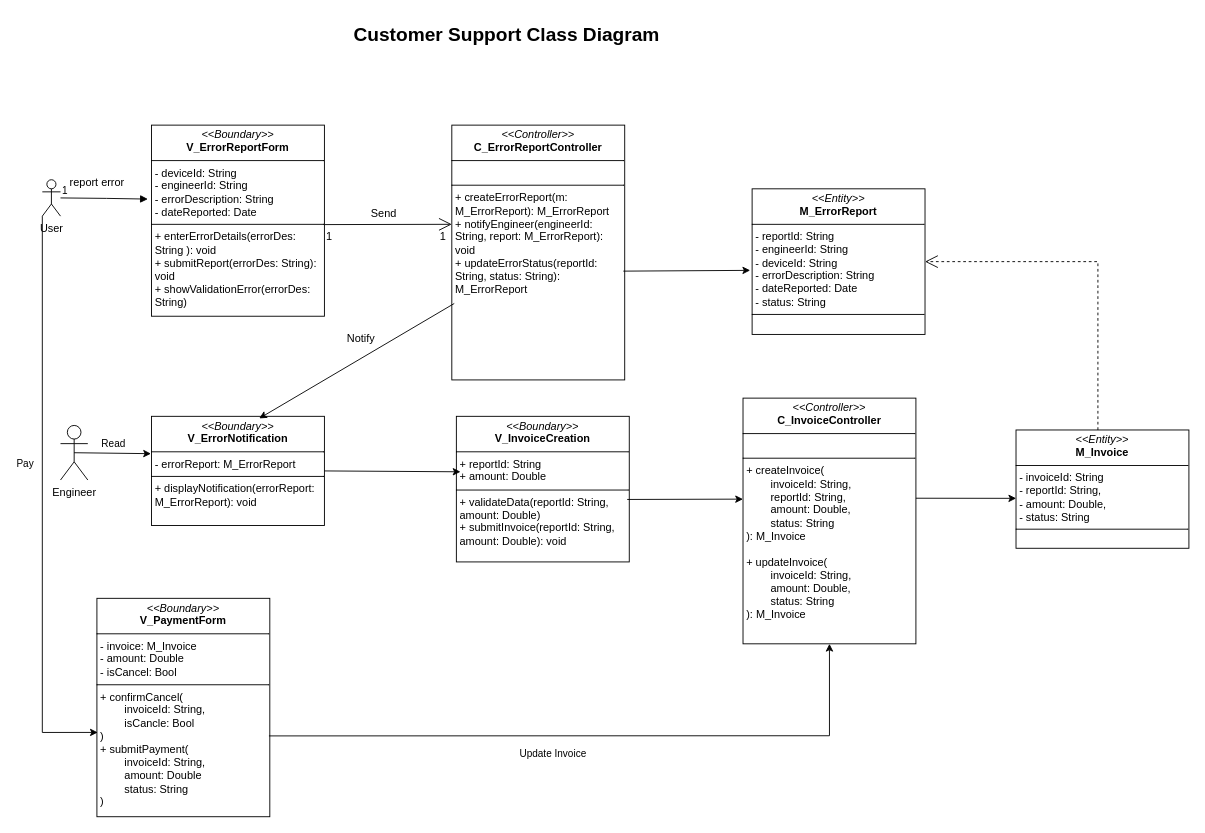
cuongceg/BTL-IT3120 keeps this draw.io diagram as Class diagram/customer_support_class.drawio. Above is the earlier version. Source tidied: cells renumbered, new cells numbered last; positions are measured from the earlier drawing's top-left corner, leaving out a move shared by most shapes. Both pictures are drawn from the tidied source at 91%, with x=0, y=0 at pixel (42, 15).
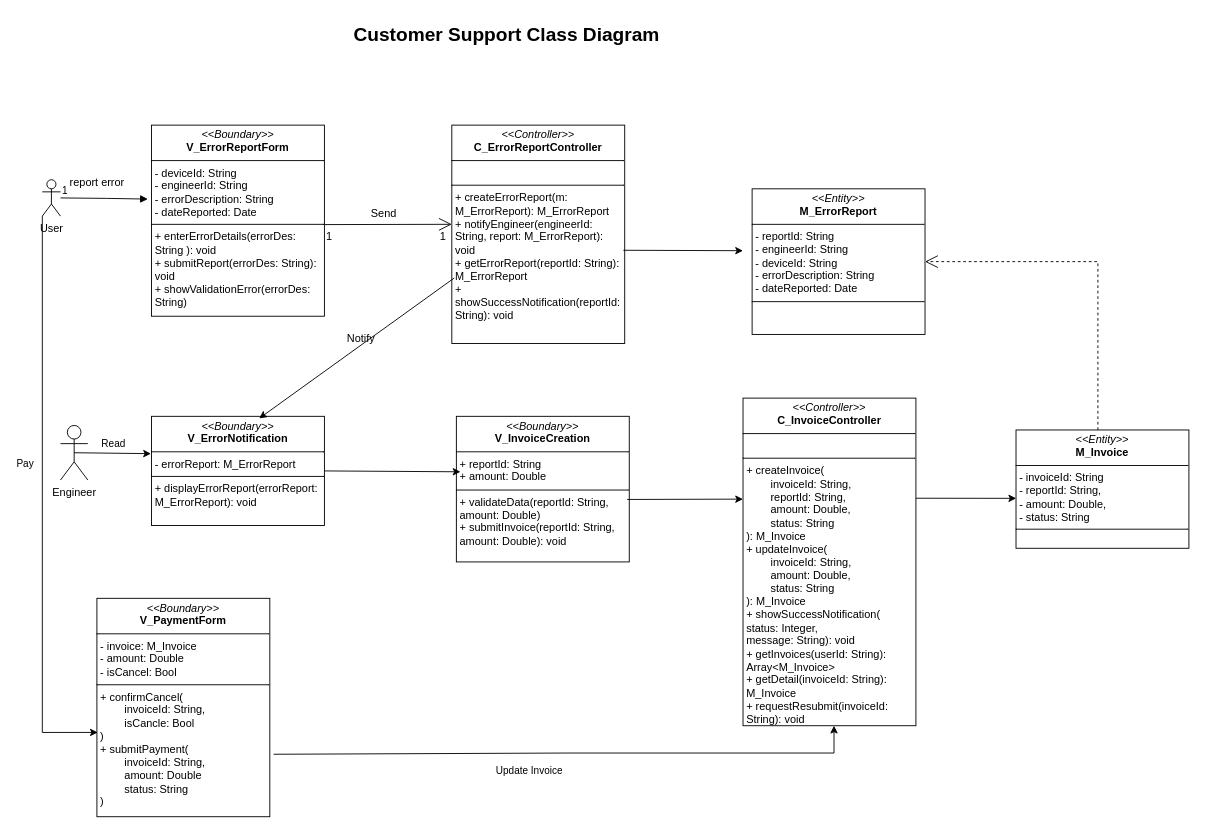
After the change.

Commit message:
fix: update follow sequence diagram

The change refers to these unchanged cells:
```xml
<mxCell id="11" value="&lt;p style=&quot;margin:0px;margin-top:4px;text-align:center;&quot;&gt;&lt;i&gt;&amp;lt;&amp;lt;Boundary&amp;gt;&amp;gt;&lt;/i&gt;&lt;br&gt;&lt;b&gt;V_PaymentForm&lt;/b&gt;&lt;/p&gt;&lt;hr size=&quot;1&quot; style=&quot;border-style:solid;&quot;&gt;&lt;p style=&quot;margin:0px;margin-left:4px;&quot;&gt;- invoice: M_Invoice&lt;br&gt;- amount: Double&lt;/p&gt;&lt;p style=&quot;margin:0px;margin-left:4px;&quot;&gt;- isCancel: Bool&lt;/p&gt;&lt;hr size=&quot;1&quot; style=&quot;border-style:solid;&quot;&gt;&lt;p style=&quot;margin:0px;margin-left:4px;&quot;&gt;+ confirmCancel(&amp;nbsp;&lt;/p&gt;&lt;p style=&quot;margin:0px;margin-left:4px;&quot;&gt;&lt;span style=&quot;white-space: pre;&quot;&gt;&#9;&lt;/span&gt;invoiceId: String,&lt;br&gt;&lt;/p&gt;&lt;p style=&quot;margin:0px;margin-left:4px;&quot;&gt;&lt;span style=&quot;white-space: pre;&quot;&gt;&#9;&lt;/span&gt;isCancle: Bool&lt;br&gt;&lt;/p&gt;&lt;p style=&quot;margin:0px;margin-left:4px;&quot;&gt;)&lt;br&gt;+ submitPayment(&lt;/p&gt;&lt;p style=&quot;margin:0px;margin-left:4px;&quot;&gt;&lt;span style=&quot;white-space: pre;&quot;&gt;&#9;&lt;/span&gt;invoiceId: String,&lt;br&gt;&lt;/p&gt;&lt;p style=&quot;margin:0px;margin-left:4px;&quot;&gt;&lt;span style=&quot;white-space: pre;&quot;&gt;&#9;&lt;/span&gt;amount: Double&lt;br&gt;&lt;/p&gt;&lt;p style=&quot;margin:0px;margin-left:4px;&quot;&gt;&lt;span style=&quot;white-space: pre;&quot;&gt;&#9;&lt;/span&gt;status: String&lt;br&gt;&lt;/p&gt;&lt;p style=&quot;margin:0px;margin-left:4px;&quot;&gt;)&lt;/p&gt;" style="verticalAlign=top;align=left;overflow=fill;html=1;whiteSpace=wrap;" parent="1" vertex="1">
  <mxGeometry x="60" y="640" width="190" height="240" as="geometry" />
</mxCell>
```

The edit, as a diff of the source:
```diff
@@
-    <mxCell id="5" value="&lt;p style=&quot;margin:0px;margin-top:4px;text-align:center;&quot;&gt;&lt;i&gt;&amp;lt;&amp;lt;Controller&amp;gt;&amp;gt;&lt;/i&gt;&lt;br&gt;&lt;b&gt;C_&lt;/b&gt;&lt;span style=&quot;background-color: transparent; color: light-dark(rgb(0, 0, 0), rgb(255, 255, 255)); text-align: left;&quot;&gt;&lt;b&gt;ErrorReportController&lt;/b&gt;&lt;/span&gt;&lt;/p&gt;&lt;hr size=&quot;1&quot; style=&quot;border-style:solid;&quot;&gt;&lt;p style=&quot;margin:0px;margin-left:4px;&quot;&gt;&lt;br&gt;&lt;/p&gt;&lt;hr size=&quot;1&quot; style=&quot;border-style:solid;&quot;&gt;&lt;p style=&quot;margin:0px;margin-left:4px;&quot;&gt;+&amp;nbsp;&lt;span style=&quot;background-color: transparent; color: light-dark(rgb(0, 0, 0), rgb(255, 255, 255));&quot;&gt;createErrorReport(m: M_ErrorReport&lt;/span&gt;&lt;span style=&quot;background-color: transparent; color: light-dark(rgb(0, 0, 0), rgb(255, 255, 255));&quot;&gt;): M_ErrorReport&lt;/span&gt;&lt;/p&gt;&lt;p style=&quot;margin:0px;margin-left:4px;&quot;&gt;&lt;span style=&quot;background-color: transparent; color: light-dark(rgb(0, 0, 0), rgb(255, 255, 255));&quot;&gt;+ notifyEngineer(engineerId: String, report: M_ErrorReport): void&amp;nbsp;&lt;/span&gt;&lt;/p&gt;&lt;p style=&quot;margin:0px;margin-left:4px;&quot;&gt;&lt;span style=&quot;background-color: transparent; color: light-dark(rgb(0, 0, 0), rgb(255, 255, 255));&quot;&gt;+ updateErrorStatus(reportId: String, status: String): M_ErrorReport&lt;/span&gt;&lt;/p&gt;" style="verticalAlign=top;align=left;overflow=fill;html=1;whiteSpace=wrap;" parent="1" vertex="1">
-      <mxGeometry x="450" y="120" width="190" height="280" as="geometry" />
+    <mxCell id="5" value="&lt;p style=&quot;margin:0px;margin-top:4px;text-align:center;&quot;&gt;&lt;i&gt;&amp;lt;&amp;lt;Controller&amp;gt;&amp;gt;&lt;/i&gt;&lt;br&gt;&lt;b&gt;C_&lt;/b&gt;&lt;span style=&quot;background-color: transparent; color: light-dark(rgb(0, 0, 0), rgb(255, 255, 255)); text-align: left;&quot;&gt;&lt;b&gt;ErrorReportController&lt;/b&gt;&lt;/span&gt;&lt;/p&gt;&lt;hr size=&quot;1&quot; style=&quot;border-style:solid;&quot;&gt;&lt;p style=&quot;margin:0px;margin-left:4px;&quot;&gt;&lt;br&gt;&lt;/p&gt;&lt;hr size=&quot;1&quot; style=&quot;border-style:solid;&quot;&gt;&lt;p style=&quot;margin:0px;margin-left:4px;&quot;&gt;+&amp;nbsp;&lt;span style=&quot;background-color: transparent; color: light-dark(rgb(0, 0, 0), rgb(255, 255, 255));&quot;&gt;createErrorReport(m: M_ErrorReport&lt;/span&gt;&lt;span style=&quot;background-color: transparent; color: light-dark(rgb(0, 0, 0), rgb(255, 255, 255));&quot;&gt;): M_ErrorReport&lt;/span&gt;&lt;/p&gt;&lt;p style=&quot;margin:0px;margin-left:4px;&quot;&gt;&lt;span style=&quot;background-color: transparent; color: light-dark(rgb(0, 0, 0), rgb(255, 255, 255));&quot;&gt;+ notifyEngineer(engineerId: String, report: M_ErrorReport): void&amp;nbsp;&lt;/span&gt;&lt;/p&gt;&lt;p style=&quot;margin:0px;margin-left:4px;&quot;&gt;&lt;span style=&quot;background-color: transparent; color: light-dark(rgb(0, 0, 0), rgb(255, 255, 255));&quot;&gt;+ getErrorReport(reportId: String): M_ErrorReport&lt;/span&gt;&lt;/p&gt;&lt;p style=&quot;margin:0px;margin-left:4px;&quot;&gt;&lt;span style=&quot;background-color: transparent; color: light-dark(rgb(0, 0, 0), rgb(255, 255, 255));&quot;&gt;+ showSuccessNotification(reportId: String): void&lt;/span&gt;&lt;/p&gt;" style="verticalAlign=top;align=left;overflow=fill;html=1;whiteSpace=wrap;" parent="1" vertex="1">
+      <mxGeometry x="450" y="120" width="190" height="240" as="geometry" />
     </mxCell>
-    <mxCell id="6" value="&lt;p style=&quot;margin:0px;margin-top:4px;text-align:center;&quot;&gt;&lt;i&gt;&amp;lt;&amp;lt;Entity&amp;gt;&amp;gt;&lt;/i&gt;&lt;br&gt;&lt;b&gt;M_ErrorReport&lt;/b&gt;&lt;/p&gt;&lt;hr size=&quot;1&quot; style=&quot;border-style:solid;&quot;&gt;&lt;p style=&quot;margin:0px;margin-left:4px;&quot;&gt;- reportId: String&lt;/p&gt;&lt;p style=&quot;margin:0px;margin-left:4px;&quot;&gt;- engineerId: String&lt;/p&gt;&lt;p style=&quot;margin:0px;margin-left:4px;&quot;&gt;- deviceId: String&lt;/p&gt;&lt;p style=&quot;margin:0px;margin-left:4px;&quot;&gt;- errorDescription: String&lt;/p&gt;&lt;p style=&quot;margin:0px;margin-left:4px;&quot;&gt;- dateReported: Date&lt;/p&gt;&lt;p style=&quot;margin:0px;margin-left:4px;&quot;&gt;- status: String&lt;/p&gt;&lt;hr size=&quot;1&quot; style=&quot;border-style:solid;&quot;&gt;&lt;p style=&quot;margin:0px;margin-left:4px;&quot;&gt;&lt;br&gt;&lt;/p&gt;" style="verticalAlign=top;align=left;overflow=fill;html=1;whiteSpace=wrap;" parent="1" vertex="1">
+    <mxCell id="6" value="&lt;p style=&quot;margin:0px;margin-top:4px;text-align:center;&quot;&gt;&lt;i&gt;&amp;lt;&amp;lt;Entity&amp;gt;&amp;gt;&lt;/i&gt;&lt;br&gt;&lt;b&gt;M_ErrorReport&lt;/b&gt;&lt;/p&gt;&lt;hr size=&quot;1&quot; style=&quot;border-style:solid;&quot;&gt;&lt;p style=&quot;margin:0px;margin-left:4px;&quot;&gt;- reportId: String&lt;/p&gt;&lt;p style=&quot;margin:0px;margin-left:4px;&quot;&gt;- engineerId: String&lt;/p&gt;&lt;p style=&quot;margin:0px;margin-left:4px;&quot;&gt;- deviceId: String&lt;/p&gt;&lt;p style=&quot;margin:0px;margin-left:4px;&quot;&gt;- errorDescription: String&lt;/p&gt;&lt;p style=&quot;margin:0px;margin-left:4px;&quot;&gt;- dateReported: Date&lt;/p&gt;&lt;hr size=&quot;1&quot; style=&quot;border-style:solid;&quot;&gt;&lt;p style=&quot;margin:0px;margin-left:4px;&quot;&gt;&lt;br&gt;&lt;/p&gt;" style="verticalAlign=top;align=left;overflow=fill;html=1;whiteSpace=wrap;" parent="1" vertex="1">
       <mxGeometry x="780" y="190" width="190" height="160" as="geometry" />
     </mxCell>
-    <mxCell id="7" value="&lt;p style=&quot;margin:0px;margin-top:4px;text-align:center;&quot;&gt;&lt;i&gt;&amp;lt;&amp;lt;Boundary&amp;gt;&amp;gt;&lt;/i&gt;&lt;br&gt;&lt;b&gt;V_ErrorNotification&lt;/b&gt;&lt;/p&gt;&lt;hr size=&quot;1&quot; style=&quot;border-style:solid;&quot;&gt;&lt;p style=&quot;margin:0px;margin-left:4px;&quot;&gt;- errorReport: M_ErrorReport&lt;/p&gt;&lt;hr size=&quot;1&quot; style=&quot;border-style:solid;&quot;&gt;&lt;p style=&quot;margin:0px;margin-left:4px;&quot;&gt;+ displayNotification(errorReport: M_ErrorReport): void&lt;/p&gt;" style="verticalAlign=top;align=left;overflow=fill;html=1;whiteSpace=wrap;" parent="1" vertex="1">
+    <mxCell id="7" value="&lt;p style=&quot;margin:0px;margin-top:4px;text-align:center;&quot;&gt;&lt;i&gt;&amp;lt;&amp;lt;Boundary&amp;gt;&amp;gt;&lt;/i&gt;&lt;br&gt;&lt;b&gt;V_ErrorNotification&lt;/b&gt;&lt;/p&gt;&lt;hr size=&quot;1&quot; style=&quot;border-style:solid;&quot;&gt;&lt;p style=&quot;margin:0px;margin-left:4px;&quot;&gt;- errorReport: M_ErrorReport&lt;/p&gt;&lt;hr size=&quot;1&quot; style=&quot;border-style:solid;&quot;&gt;&lt;p style=&quot;margin:0px;margin-left:4px;&quot;&gt;+ displayErrorReport(errorReport: M_ErrorReport): void&lt;/p&gt;" style="verticalAlign=top;align=left;overflow=fill;html=1;whiteSpace=wrap;" parent="1" vertex="1">
       <mxGeometry x="120" y="440" width="190" height="120" as="geometry" />
     </mxCell>
@@
-    <mxCell id="10" value="&lt;p style=&quot;margin:0px;margin-top:4px;text-align:center;&quot;&gt;&lt;i&gt;&amp;lt;&amp;lt;Controller&amp;gt;&amp;gt;&lt;/i&gt;&lt;br&gt;&lt;b&gt;C_InvoiceController&lt;/b&gt;&lt;/p&gt;&lt;hr size=&quot;1&quot; style=&quot;border-style:solid;&quot;&gt;&lt;p style=&quot;margin:0px;margin-left:4px;&quot;&gt;&lt;br&gt;&lt;/p&gt;&lt;hr size=&quot;1&quot; style=&quot;border-style:solid;&quot;&gt;&lt;p style=&quot;margin:0px;margin-left:4px;&quot;&gt;+ createInvoice(&lt;/p&gt;&lt;p style=&quot;margin:0px;margin-left:4px;&quot;&gt;&lt;span style=&quot;white-space: pre;&quot;&gt;&#9;&lt;/span&gt;invoiceId: String,&lt;br&gt;&lt;/p&gt;&lt;p style=&quot;margin:0px;margin-left:4px;&quot;&gt;&lt;span style=&quot;white-space: pre;&quot;&gt;&#9;&lt;/span&gt;reportId: String,&lt;br&gt;&lt;/p&gt;&lt;p style=&quot;margin:0px;margin-left:4px;&quot;&gt;&lt;span style=&quot;white-space: pre;&quot;&gt;&#9;&lt;/span&gt;amount: Double,&lt;br&gt;&lt;/p&gt;&lt;p style=&quot;margin:0px;margin-left:4px;&quot;&gt;&lt;span style=&quot;white-space: pre;&quot;&gt;&#9;&lt;/span&gt;status: String&lt;br&gt;&lt;/p&gt;&lt;p style=&quot;margin:0px;margin-left:4px;&quot;&gt;): M_Invoice&lt;/p&gt;&lt;p style=&quot;margin:0px;margin-left:4px;&quot;&gt;&lt;br&gt;&lt;/p&gt;&lt;p style=&quot;margin:0px;margin-left:4px;&quot;&gt;+ updateInvoice(&lt;/p&gt;&lt;p style=&quot;margin:0px;margin-left:4px;&quot;&gt;&lt;span style=&quot;white-space: pre;&quot;&gt;&#9;&lt;/span&gt;invoiceId: String,&lt;br&gt;&lt;/p&gt;&lt;p style=&quot;margin:0px;margin-left:4px;&quot;&gt;&lt;span style=&quot;white-space: pre;&quot;&gt;&#9;&lt;/span&gt;amount: Double,&lt;br&gt;&lt;/p&gt;&lt;p style=&quot;margin:0px;margin-left:4px;&quot;&gt;&lt;span style=&quot;white-space: pre;&quot;&gt;&#9;&lt;/span&gt;status: String&lt;br&gt;&lt;/p&gt;&lt;p style=&quot;margin:0px;margin-left:4px;&quot;&gt;): M_Invoice&lt;/p&gt;" style="verticalAlign=top;align=left;overflow=fill;html=1;whiteSpace=wrap;" parent="1" vertex="1">
-      <mxGeometry x="770" y="420" width="190" height="270" as="geometry" />
+    <mxCell id="10" value="&lt;p style=&quot;margin:0px;margin-top:4px;text-align:center;&quot;&gt;&lt;i&gt;&amp;lt;&amp;lt;Controller&amp;gt;&amp;gt;&lt;/i&gt;&lt;br&gt;&lt;b&gt;C_InvoiceController&lt;/b&gt;&lt;/p&gt;&lt;hr size=&quot;1&quot; style=&quot;border-style:solid;&quot;&gt;&lt;p style=&quot;margin:0px;margin-left:4px;&quot;&gt;&lt;br&gt;&lt;/p&gt;&lt;hr size=&quot;1&quot; style=&quot;border-style:solid;&quot;&gt;&lt;p style=&quot;margin:0px;margin-left:4px;&quot;&gt;+ createInvoice(&lt;/p&gt;&lt;p style=&quot;margin:0px;margin-left:4px;&quot;&gt;&lt;span style=&quot;white-space: pre;&quot;&gt;&#9;&lt;/span&gt;invoiceId: String,&lt;br&gt;&lt;/p&gt;&lt;p style=&quot;margin:0px;margin-left:4px;&quot;&gt;&lt;span style=&quot;white-space: pre;&quot;&gt;&#9;&lt;/span&gt;reportId: String,&lt;br&gt;&lt;/p&gt;&lt;p style=&quot;margin:0px;margin-left:4px;&quot;&gt;&lt;span style=&quot;white-space: pre;&quot;&gt;&#9;&lt;/span&gt;amount: Double,&lt;br&gt;&lt;/p&gt;&lt;p style=&quot;margin:0px;margin-left:4px;&quot;&gt;&lt;span style=&quot;white-space: pre;&quot;&gt;&#9;&lt;/span&gt;status: String&lt;br&gt;&lt;/p&gt;&lt;p style=&quot;margin:0px;margin-left:4px;&quot;&gt;): M_Invoice&lt;/p&gt;&lt;p style=&quot;margin:0px;margin-left:4px;&quot;&gt;+ updateInvoice(&lt;/p&gt;&lt;p style=&quot;margin:0px;margin-left:4px;&quot;&gt;&lt;span style=&quot;white-space: pre;&quot;&gt;&#9;&lt;/span&gt;invoiceId: String,&lt;br&gt;&lt;/p&gt;&lt;p style=&quot;margin:0px;margin-left:4px;&quot;&gt;&lt;span style=&quot;white-space: pre;&quot;&gt;&#9;&lt;/span&gt;amount: Double,&lt;br&gt;&lt;/p&gt;&lt;p style=&quot;margin:0px;margin-left:4px;&quot;&gt;&lt;span style=&quot;white-space: pre;&quot;&gt;&#9;&lt;/span&gt;status: String&lt;br&gt;&lt;/p&gt;&lt;p style=&quot;margin:0px;margin-left:4px;&quot;&gt;): M_Invoice&lt;/p&gt;&lt;p style=&quot;margin:0px;margin-left:4px;&quot;&gt;+ showSuccessNotification(&lt;/p&gt;&lt;p style=&quot;margin:0px;margin-left:4px;&quot;&gt;status: Integer,&lt;/p&gt;&lt;p style=&quot;margin:0px;margin-left:4px;&quot;&gt;message: String): void&lt;/p&gt;&lt;p style=&quot;margin:0px;margin-left:4px;&quot;&gt;+ getInvoices(userId: String):&lt;/p&gt;&lt;p style=&quot;margin:0px;margin-left:4px;&quot;&gt;Array&amp;lt;M_Invoice&amp;gt;&lt;/p&gt;&lt;p style=&quot;margin:0px;margin-left:4px;&quot;&gt;+ getDetail(invoiceId: String): M_Invoice&lt;/p&gt;&lt;p style=&quot;margin:0px;margin-left:4px;&quot;&gt;+ requestResubmit(invoiceId: String): void&lt;/p&gt;" style="verticalAlign=top;align=left;overflow=fill;html=1;whiteSpace=wrap;" parent="1" vertex="1">
+      <mxGeometry x="770" y="420" width="190" height="360" as="geometry" />
     </mxCell>
@@
-    <mxCell id="19" style="endArrow=classic;html=1;rounded=0;entryX=-0.011;entryY=0.56;entryDx=0;entryDy=0;entryPerimeter=0;exitX=0.992;exitY=0.573;exitDx=0;exitDy=0;exitPerimeter=0;" parent="1" edge="1" source="5" target="6">
-      <mxGeometry relative="1" as="geometry" />
+    <mxCell id="19" style="endArrow=classic;html=1;rounded=0;exitX=0.992;exitY=0.573;exitDx=0;exitDy=0;exitPerimeter=0;" parent="1" edge="1" source="5">
+      <mxGeometry relative="1" as="geometry">
+        <mxPoint x="770" y="258" as="targetPoint" />
+      </mxGeometry>
     </mxCell>
@@
-    <mxCell id="30" style="endArrow=classic;html=1;rounded=0;exitX=0.995;exitY=0.63;exitDx=0;exitDy=0;exitPerimeter=0;entryX=0.5;entryY=1;entryDx=0;entryDy=0;" parent="1" edge="1" source="11" target="10">
+    <mxCell id="30" style="endArrow=classic;html=1;rounded=0;exitX=1.022;exitY=0.714;exitDx=0;exitDy=0;exitPerimeter=0;" parent="1" edge="1" source="11">
       <mxGeometry relative="1" as="geometry">
+        <mxPoint x="870" y="780" as="targetPoint" />
         <Array as="points">
-          <mxPoint x="865" y="791" />
+          <mxPoint x="580" y="810" />
+          <mxPoint x="870" y="810" />
         </Array>
       </mxGeometry>
     </mxCell>
```
